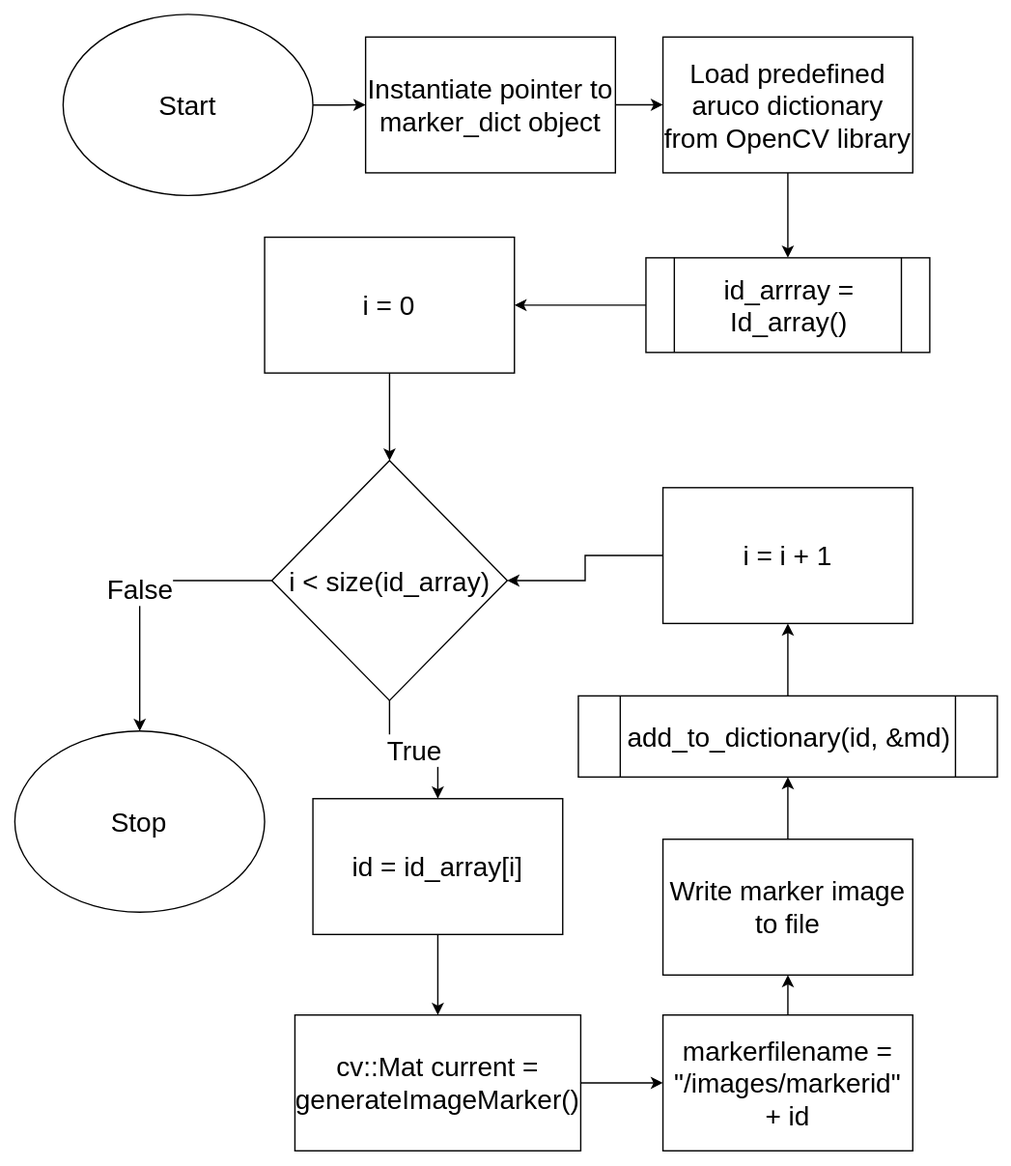
This is interim/dataflowdetectorwithsubroutines.drawio.svg from mxwlc/ee2project-2024-robot-power, a draw.io export, as it was before one commit. Source tidied: cells renumbered, new cells last; positions are measured from the earlier drawing's top-left corner, leaving out a move shared by most shapes.
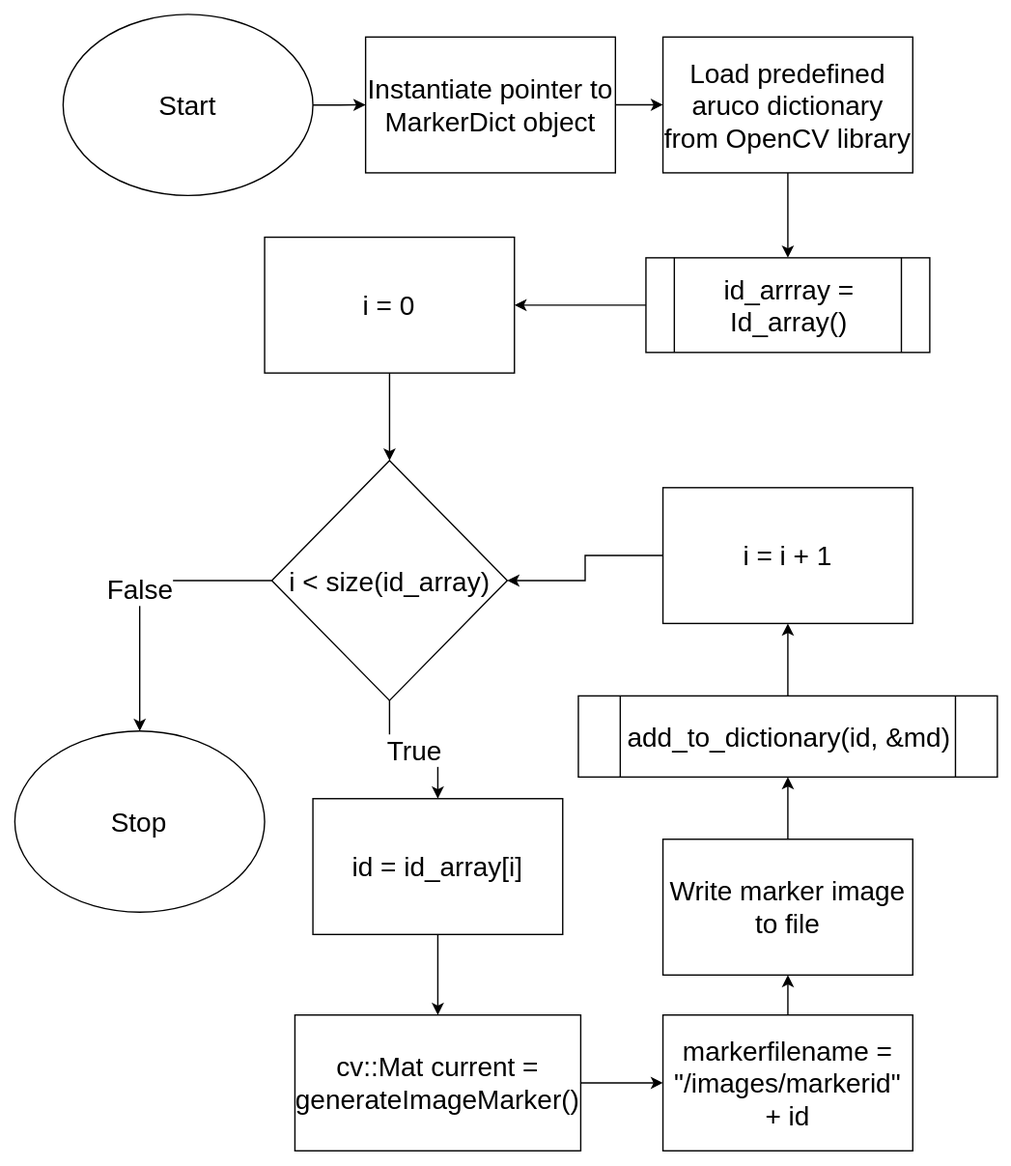
After the change.

The edit, as a diff of the source:
```diff
@@ -11,7 +11,7 @@
     <mxCell id="4" style="edgeStyle=orthogonalEdgeStyle;rounded=0;jettySize=auto;html=1;fontSize=20;" parent="1" edge="1" source="5" target="7">
       <mxGeometry relative="1" as="geometry" />
     </mxCell>
-    <mxCell id="5" value="&lt;div style=&quot;font-size: 20px;&quot;&gt;&lt;font style=&quot;font-size: 20px;&quot;&gt;Instantiate pointer to marker_dict object&lt;br&gt;&lt;/font&gt;&lt;/div&gt;" style="whiteSpace=wrap;html=1;fontSize=20;" parent="1" vertex="1">
+    <mxCell id="5" value="&lt;div style=&quot;font-size: 20px;&quot;&gt;&lt;font style=&quot;font-size: 20px;&quot;&gt;Instantiate pointer to MarkerDict object&lt;br&gt;&lt;/font&gt;&lt;/div&gt;" style="whiteSpace=wrap;html=1;fontSize=20;" parent="1" vertex="1">
       <mxGeometry x="260" y="16.7" width="184.8" height="100.4" as="geometry" />
     </mxCell>
     <mxCell id="6" style="edgeStyle=orthogonalEdgeStyle;rounded=0;jettySize=auto;html=1;" parent="1" edge="1" source="7" target="25">
```
